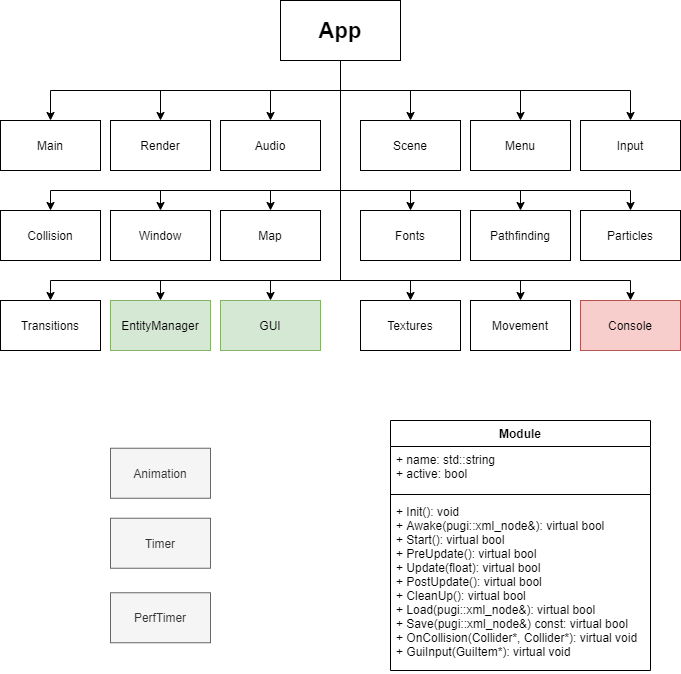
BleachKrieg/Conquerors-Crown-New-Horizon keeps this draw.io diagram as Wiki/images/General-UML.png. Above is the earlier version. Source tidied: cells renumbered, new cells last; positions are measured from the earlier drawing's top-left corner, leaving out a move shared by most shapes. The source it was exported from:
```xml
<mxGraphModel>
  <root>
    <mxCell id="0" />
    <mxCell id="1" parent="0" />
    <mxCell id="2" style="edgeStyle=orthogonalEdgeStyle;rounded=0;jettySize=auto;html=1;entryX=0.5;entryY=0;entryDx=0;entryDy=0;" parent="1" edge="1" source="3" target="5">
      <mxGeometry relative="1" as="geometry" />
    </mxCell>
    <mxCell id="3" value="&lt;font style=&quot;font-size: 22px&quot;&gt;&lt;b&gt;App&lt;/b&gt;&lt;/font&gt;" style="rounded=0;whiteSpace=wrap;html=1;" parent="1" vertex="1">
      <mxGeometry x="280" width="120" height="60" as="geometry" />
    </mxCell>
    <mxCell id="4" value="Render" style="rounded=0;whiteSpace=wrap;html=1;" parent="1" vertex="1">
      <mxGeometry x="110" y="120" width="100" height="50" as="geometry" />
    </mxCell>
    <mxCell id="5" value="Audio" style="rounded=0;whiteSpace=wrap;html=1;" parent="1" vertex="1">
      <mxGeometry x="220" y="120" width="100" height="50" as="geometry" />
    </mxCell>
    <mxCell id="6" value="Main" style="rounded=0;whiteSpace=wrap;html=1;" parent="1" vertex="1">
      <mxGeometry y="120" width="100" height="50" as="geometry" />
    </mxCell>
    <mxCell id="7" value="Scene" style="rounded=0;whiteSpace=wrap;html=1;" parent="1" vertex="1">
      <mxGeometry x="360" y="120" width="100" height="50" as="geometry" />
    </mxCell>
    <mxCell id="8" value="Menu" style="rounded=0;whiteSpace=wrap;html=1;" parent="1" vertex="1">
      <mxGeometry x="470" y="120" width="100" height="50" as="geometry" />
    </mxCell>
    <mxCell id="9" value="Input" style="rounded=0;whiteSpace=wrap;html=1;" parent="1" vertex="1">
      <mxGeometry x="580" y="120" width="100" height="50" as="geometry" />
    </mxCell>
    <mxCell id="10" value="Window" style="rounded=0;whiteSpace=wrap;html=1;" parent="1" vertex="1">
      <mxGeometry x="110" y="210" width="100" height="50" as="geometry" />
    </mxCell>
    <mxCell id="11" value="Map" style="rounded=0;whiteSpace=wrap;html=1;" parent="1" vertex="1">
      <mxGeometry x="220" y="210" width="100" height="50" as="geometry" />
    </mxCell>
    <mxCell id="12" value="Collision" style="rounded=0;whiteSpace=wrap;html=1;" parent="1" vertex="1">
      <mxGeometry y="210" width="100" height="50" as="geometry" />
    </mxCell>
    <mxCell id="13" value="Fonts" style="rounded=0;whiteSpace=wrap;html=1;" parent="1" vertex="1">
      <mxGeometry x="360" y="210" width="100" height="50" as="geometry" />
    </mxCell>
    <mxCell id="14" value="Pathfinding" style="rounded=0;whiteSpace=wrap;html=1;" parent="1" vertex="1">
      <mxGeometry x="470" y="210" width="100" height="50" as="geometry" />
    </mxCell>
    <mxCell id="15" value="Particles" style="rounded=0;whiteSpace=wrap;html=1;" parent="1" vertex="1">
      <mxGeometry x="580" y="210" width="100" height="50" as="geometry" />
    </mxCell>
    <mxCell id="16" value="EntityManager" style="rounded=0;whiteSpace=wrap;html=1;fillColor=#d5e8d4;strokeColor=#82b366;" parent="1" vertex="1">
      <mxGeometry x="110" y="300" width="100" height="50" as="geometry" />
    </mxCell>
    <mxCell id="17" value="GUI" style="rounded=0;whiteSpace=wrap;html=1;fillColor=#d5e8d4;strokeColor=#82b366;" parent="1" vertex="1">
      <mxGeometry x="220" y="300" width="100" height="50" as="geometry" />
    </mxCell>
    <mxCell id="18" value="Transitions" style="rounded=0;whiteSpace=wrap;html=1;" parent="1" vertex="1">
      <mxGeometry y="300" width="100" height="50" as="geometry" />
    </mxCell>
    <mxCell id="19" value="Textures" style="rounded=0;whiteSpace=wrap;html=1;" parent="1" vertex="1">
      <mxGeometry x="360" y="300" width="100" height="50" as="geometry" />
    </mxCell>
    <mxCell id="20" value="Movement" style="rounded=0;whiteSpace=wrap;html=1;" parent="1" vertex="1">
      <mxGeometry x="470" y="300" width="100" height="50" as="geometry" />
    </mxCell>
    <mxCell id="21" value="Console" style="rounded=0;whiteSpace=wrap;html=1;fillColor=#f8cecc;strokeColor=#b85450;" parent="1" vertex="1">
      <mxGeometry x="580" y="300" width="100" height="50" as="geometry" />
    </mxCell>
    <mxCell id="22" style="edgeStyle=orthogonalEdgeStyle;rounded=0;jettySize=auto;html=1;entryX=0.5;entryY=0;entryDx=0;entryDy=0;exitX=0.5;exitY=1;exitDx=0;exitDy=0;" parent="1" edge="1" source="3" target="4">
      <mxGeometry relative="1" as="geometry" />
    </mxCell>
    <mxCell id="23" style="edgeStyle=orthogonalEdgeStyle;rounded=0;jettySize=auto;html=1;entryX=0.5;entryY=0;entryDx=0;entryDy=0;exitX=0.5;exitY=1;exitDx=0;exitDy=0;" parent="1" edge="1" source="3" target="6">
      <mxGeometry relative="1" as="geometry" />
    </mxCell>
    <mxCell id="24" style="edgeStyle=orthogonalEdgeStyle;rounded=0;jettySize=auto;html=1;entryX=0.5;entryY=0;entryDx=0;entryDy=0;exitX=0.5;exitY=1;exitDx=0;exitDy=0;" parent="1" edge="1" source="3" target="7">
      <mxGeometry relative="1" as="geometry" />
    </mxCell>
    <mxCell id="25" style="edgeStyle=orthogonalEdgeStyle;rounded=0;jettySize=auto;html=1;entryX=0.5;entryY=0;entryDx=0;entryDy=0;exitX=0.5;exitY=1;exitDx=0;exitDy=0;" parent="1" edge="1" source="3" target="8">
      <mxGeometry relative="1" as="geometry" />
    </mxCell>
    <mxCell id="26" style="edgeStyle=orthogonalEdgeStyle;rounded=0;jettySize=auto;html=1;exitX=0.5;exitY=1;exitDx=0;exitDy=0;" parent="1" edge="1" source="3" target="9">
      <mxGeometry relative="1" as="geometry" />
    </mxCell>
    <mxCell id="27" style="edgeStyle=orthogonalEdgeStyle;rounded=0;jettySize=auto;html=1;entryX=0.5;entryY=0;entryDx=0;entryDy=0;exitX=0.5;exitY=1;exitDx=0;exitDy=0;" parent="1" edge="1" source="3" target="13">
      <mxGeometry relative="1" as="geometry">
        <Array as="points">
          <mxPoint x="340" y="190" />
          <mxPoint x="410" y="190" />
        </Array>
      </mxGeometry>
    </mxCell>
    <mxCell id="28" style="edgeStyle=orthogonalEdgeStyle;rounded=0;jettySize=auto;html=1;entryX=0.5;entryY=0;entryDx=0;entryDy=0;exitX=0.5;exitY=1;exitDx=0;exitDy=0;" parent="1" edge="1" source="3" target="14">
      <mxGeometry relative="1" as="geometry">
        <Array as="points">
          <mxPoint x="340" y="190" />
          <mxPoint x="520" y="190" />
        </Array>
      </mxGeometry>
    </mxCell>
    <mxCell id="29" style="edgeStyle=orthogonalEdgeStyle;rounded=0;jettySize=auto;html=1;exitX=0.5;exitY=1;exitDx=0;exitDy=0;entryX=0.5;entryY=0;entryDx=0;entryDy=0;" parent="1" edge="1" source="3" target="15">
      <mxGeometry relative="1" as="geometry">
        <Array as="points">
          <mxPoint x="340" y="190" />
          <mxPoint x="630" y="190" />
        </Array>
      </mxGeometry>
    </mxCell>
    <mxCell id="30" style="edgeStyle=orthogonalEdgeStyle;rounded=0;jettySize=auto;html=1;exitX=0.5;exitY=1;exitDx=0;exitDy=0;entryX=0.5;entryY=0;entryDx=0;entryDy=0;" parent="1" edge="1" source="3" target="11">
      <mxGeometry relative="1" as="geometry">
        <Array as="points">
          <mxPoint x="340" y="190" />
          <mxPoint x="270" y="190" />
        </Array>
      </mxGeometry>
    </mxCell>
    <mxCell id="31" style="edgeStyle=orthogonalEdgeStyle;rounded=0;jettySize=auto;html=1;exitX=0.5;exitY=1;exitDx=0;exitDy=0;entryX=0.5;entryY=0;entryDx=0;entryDy=0;" parent="1" edge="1" source="3" target="10">
      <mxGeometry relative="1" as="geometry">
        <Array as="points">
          <mxPoint x="340" y="190" />
          <mxPoint x="160" y="190" />
        </Array>
      </mxGeometry>
    </mxCell>
    <mxCell id="32" style="edgeStyle=orthogonalEdgeStyle;rounded=0;jettySize=auto;html=1;exitX=0.5;exitY=1;exitDx=0;exitDy=0;entryX=0.5;entryY=0;entryDx=0;entryDy=0;" parent="1" edge="1" source="3" target="12">
      <mxGeometry relative="1" as="geometry">
        <Array as="points">
          <mxPoint x="340" y="190" />
          <mxPoint x="50" y="190" />
        </Array>
      </mxGeometry>
    </mxCell>
    <mxCell id="33" style="edgeStyle=orthogonalEdgeStyle;rounded=0;jettySize=auto;html=1;exitX=0.5;exitY=1;exitDx=0;exitDy=0;entryX=0.5;entryY=0;entryDx=0;entryDy=0;" parent="1" edge="1" source="3" target="21">
      <mxGeometry relative="1" as="geometry">
        <Array as="points">
          <mxPoint x="340" y="280" />
          <mxPoint x="630" y="280" />
        </Array>
      </mxGeometry>
    </mxCell>
    <mxCell id="34" style="edgeStyle=orthogonalEdgeStyle;rounded=0;jettySize=auto;html=1;exitX=0.5;exitY=1;exitDx=0;exitDy=0;entryX=0.5;entryY=0;entryDx=0;entryDy=0;" parent="1" edge="1" source="3" target="20">
      <mxGeometry relative="1" as="geometry">
        <Array as="points">
          <mxPoint x="340" y="280" />
          <mxPoint x="520" y="280" />
        </Array>
      </mxGeometry>
    </mxCell>
    <mxCell id="35" style="edgeStyle=orthogonalEdgeStyle;rounded=0;jettySize=auto;html=1;exitX=0.5;exitY=1;exitDx=0;exitDy=0;entryX=0.5;entryY=0;entryDx=0;entryDy=0;" parent="1" edge="1" source="3" target="19">
      <mxGeometry relative="1" as="geometry">
        <Array as="points">
          <mxPoint x="340" y="280" />
          <mxPoint x="410" y="280" />
        </Array>
      </mxGeometry>
    </mxCell>
    <mxCell id="36" style="edgeStyle=orthogonalEdgeStyle;rounded=0;jettySize=auto;html=1;exitX=0.5;exitY=1;exitDx=0;exitDy=0;entryX=0.5;entryY=0;entryDx=0;entryDy=0;" parent="1" edge="1" source="3" target="17">
      <mxGeometry relative="1" as="geometry">
        <Array as="points">
          <mxPoint x="340" y="280" />
          <mxPoint x="270" y="280" />
        </Array>
      </mxGeometry>
    </mxCell>
    <mxCell id="37" style="edgeStyle=orthogonalEdgeStyle;rounded=0;jettySize=auto;html=1;exitX=0.5;exitY=1;exitDx=0;exitDy=0;entryX=0.5;entryY=0;entryDx=0;entryDy=0;" parent="1" edge="1" source="3" target="18">
      <mxGeometry relative="1" as="geometry">
        <Array as="points">
          <mxPoint x="340" y="280" />
          <mxPoint x="50" y="280" />
        </Array>
      </mxGeometry>
    </mxCell>
    <mxCell id="38" style="edgeStyle=orthogonalEdgeStyle;rounded=0;jettySize=auto;html=1;exitX=0.5;exitY=1;exitDx=0;exitDy=0;entryX=0.5;entryY=0;entryDx=0;entryDy=0;" parent="1" edge="1" source="3" target="16">
      <mxGeometry relative="1" as="geometry">
        <Array as="points">
          <mxPoint x="340" y="280" />
          <mxPoint x="160" y="280" />
        </Array>
      </mxGeometry>
    </mxCell>
    <mxCell id="39" value="Animation" style="rounded=0;whiteSpace=wrap;html=1;fillColor=#f5f5f5;strokeColor=#666666;fontColor=#333333;" parent="1" vertex="1">
      <mxGeometry x="110" y="447.8" width="100" height="50" as="geometry" />
    </mxCell>
    <mxCell id="40" value="Timer" style="rounded=0;whiteSpace=wrap;html=1;fillColor=#f5f5f5;strokeColor=#666666;fontColor=#333333;" parent="1" vertex="1">
      <mxGeometry x="110" y="517.8" width="100" height="50" as="geometry" />
    </mxCell>
    <mxCell id="41" value="PerfTimer" style="rounded=0;whiteSpace=wrap;html=1;fillColor=#f5f5f5;strokeColor=#666666;fontColor=#333333;" parent="1" vertex="1">
      <mxGeometry x="110" y="592.2" width="100" height="50" as="geometry" />
    </mxCell>
    <mxCell id="42" value="Module" style="swimlane;fontStyle=1;align=center;verticalAlign=top;horizontal=1;startSize=26;" parent="1" vertex="1">
      <mxGeometry x="390" y="420" width="260" height="250" as="geometry" />
    </mxCell>
    <mxCell id="43" value="+ name: std::string&#10;+ active: bool" style="text;strokeColor=none;fillColor=none;align=left;verticalAlign=top;spacingLeft=4;spacingRight=4;overflow=hidden;" parent="42" vertex="1">
      <mxGeometry y="26" width="260" height="44" as="geometry" />
    </mxCell>
    <mxCell id="44" style="line;strokeWidth=1;fillColor=none;align=left;verticalAlign=middle;spacingTop=-1;spacingLeft=3;spacingRight=3;labelPosition=right;" parent="42" vertex="1">
      <mxGeometry y="70" width="260" height="8" as="geometry" />
    </mxCell>
    <mxCell id="45" value="+ Init(): void&#10;+ Awake(pugi::xml_node&amp;): virtual bool&#10;+ Start(): virtual bool&#10;+ PreUpdate(): virtual bool&#10;+ Update(float): virtual bool&#10;+ PostUpdate(): virtual bool&#10;+ CleanUp(): virtual bool&#10;+ Load(pugi::xml_node&amp;): virtual bool&#10;+ Save(pugi::xml_node&amp;) const: virtual bool&#10;+ OnCollision(Collider*, Collider*): virtual void&#10;+ GuiInput(GuiItem*): virtual void" style="text;strokeColor=none;fillColor=none;align=left;verticalAlign=top;spacingLeft=4;spacingRight=4;overflow=hidden;" parent="42" vertex="1">
      <mxGeometry y="78" width="260" height="172" as="geometry" />
    </mxCell>
  </root>
</mxGraphModel>
```
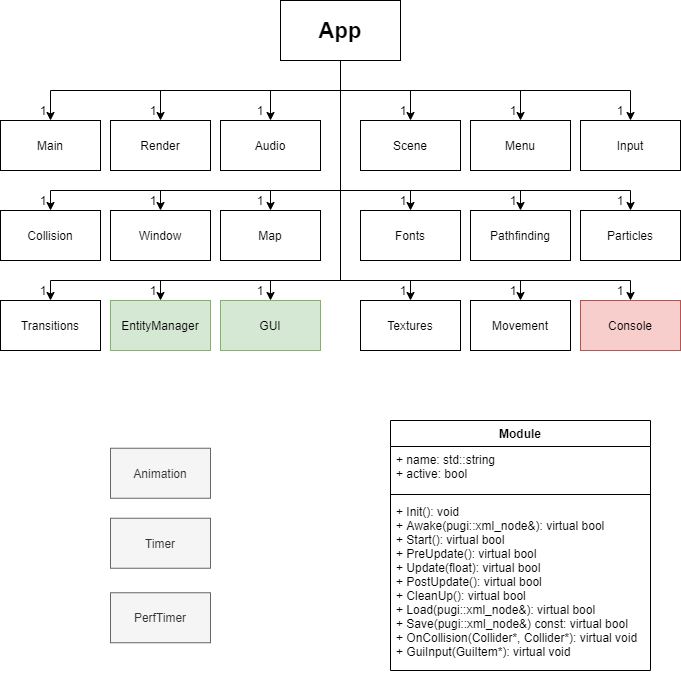
Later version of the same file.

The edit, as a diff of the source:
```diff
@@ -194,5 +194,59 @@
     <mxCell id="45" value="+ Init(): void&#10;+ Awake(pugi::xml_node&amp;): virtual bool&#10;+ Start(): virtual bool&#10;+ PreUpdate(): virtual bool&#10;+ Update(float): virtual bool&#10;+ PostUpdate(): virtual bool&#10;+ CleanUp(): virtual bool&#10;+ Load(pugi::xml_node&amp;): virtual bool&#10;+ Save(pugi::xml_node&amp;) const: virtual bool&#10;+ OnCollision(Collider*, Collider*): virtual void&#10;+ GuiInput(GuiItem*): virtual void" style="text;strokeColor=none;fillColor=none;align=left;verticalAlign=top;spacingLeft=4;spacingRight=4;overflow=hidden;" parent="42" vertex="1">
       <mxGeometry y="78" width="260" height="172" as="geometry" />
     </mxCell>
+    <mxCell id="46" value="1" style="text;html=1;strokeColor=none;fillColor=none;align=center;verticalAlign=middle;whiteSpace=wrap;rounded=0;" parent="1" vertex="1">
+      <mxGeometry x="23" y="100" width="40" height="20" as="geometry" />
+    </mxCell>
+    <mxCell id="47" value="1" style="text;html=1;strokeColor=none;fillColor=none;align=center;verticalAlign=middle;whiteSpace=wrap;rounded=0;" parent="1" vertex="1">
+      <mxGeometry x="133" y="100" width="40" height="20" as="geometry" />
+    </mxCell>
+    <mxCell id="48" value="1" style="text;html=1;strokeColor=none;fillColor=none;align=center;verticalAlign=middle;whiteSpace=wrap;rounded=0;" parent="1" vertex="1">
+      <mxGeometry x="240" y="100" width="40" height="20" as="geometry" />
+    </mxCell>
+    <mxCell id="49" value="1" style="text;html=1;strokeColor=none;fillColor=none;align=center;verticalAlign=middle;whiteSpace=wrap;rounded=0;" parent="1" vertex="1">
+      <mxGeometry x="23" y="190" width="40" height="20" as="geometry" />
+    </mxCell>
+    <mxCell id="50" value="1" style="text;html=1;strokeColor=none;fillColor=none;align=center;verticalAlign=middle;whiteSpace=wrap;rounded=0;" parent="1" vertex="1">
+      <mxGeometry x="133" y="190" width="40" height="20" as="geometry" />
+    </mxCell>
+    <mxCell id="51" value="1" style="text;html=1;strokeColor=none;fillColor=none;align=center;verticalAlign=middle;whiteSpace=wrap;rounded=0;" parent="1" vertex="1">
+      <mxGeometry x="240" y="190" width="40" height="20" as="geometry" />
+    </mxCell>
+    <mxCell id="52" value="1" style="text;html=1;strokeColor=none;fillColor=none;align=center;verticalAlign=middle;whiteSpace=wrap;rounded=0;" parent="1" vertex="1">
+      <mxGeometry x="23" y="280" width="40" height="20" as="geometry" />
+    </mxCell>
+    <mxCell id="53" value="1" style="text;html=1;strokeColor=none;fillColor=none;align=center;verticalAlign=middle;whiteSpace=wrap;rounded=0;" parent="1" vertex="1">
+      <mxGeometry x="133" y="280" width="40" height="20" as="geometry" />
+    </mxCell>
+    <mxCell id="54" value="1" style="text;html=1;strokeColor=none;fillColor=none;align=center;verticalAlign=middle;whiteSpace=wrap;rounded=0;" parent="1" vertex="1">
+      <mxGeometry x="240" y="280" width="40" height="20" as="geometry" />
+    </mxCell>
+    <mxCell id="55" value="1" style="text;html=1;strokeColor=none;fillColor=none;align=center;verticalAlign=middle;whiteSpace=wrap;rounded=0;" parent="1" vertex="1">
+      <mxGeometry x="383" y="100" width="40" height="20" as="geometry" />
+    </mxCell>
+    <mxCell id="56" value="1" style="text;html=1;strokeColor=none;fillColor=none;align=center;verticalAlign=middle;whiteSpace=wrap;rounded=0;" parent="1" vertex="1">
+      <mxGeometry x="493" y="100" width="40" height="20" as="geometry" />
+    </mxCell>
+    <mxCell id="57" value="1" style="text;html=1;strokeColor=none;fillColor=none;align=center;verticalAlign=middle;whiteSpace=wrap;rounded=0;" parent="1" vertex="1">
+      <mxGeometry x="600" y="100" width="40" height="20" as="geometry" />
+    </mxCell>
+    <mxCell id="58" value="1" style="text;html=1;strokeColor=none;fillColor=none;align=center;verticalAlign=middle;whiteSpace=wrap;rounded=0;" parent="1" vertex="1">
+      <mxGeometry x="383" y="190" width="40" height="20" as="geometry" />
+    </mxCell>
+    <mxCell id="59" value="1" style="text;html=1;strokeColor=none;fillColor=none;align=center;verticalAlign=middle;whiteSpace=wrap;rounded=0;" parent="1" vertex="1">
+      <mxGeometry x="493" y="190" width="40" height="20" as="geometry" />
+    </mxCell>
+    <mxCell id="60" value="1" style="text;html=1;strokeColor=none;fillColor=none;align=center;verticalAlign=middle;whiteSpace=wrap;rounded=0;" parent="1" vertex="1">
+      <mxGeometry x="600" y="190" width="40" height="20" as="geometry" />
+    </mxCell>
+    <mxCell id="61" value="1" style="text;html=1;strokeColor=none;fillColor=none;align=center;verticalAlign=middle;whiteSpace=wrap;rounded=0;" parent="1" vertex="1">
+      <mxGeometry x="383" y="280" width="40" height="20" as="geometry" />
+    </mxCell>
+    <mxCell id="62" value="1" style="text;html=1;strokeColor=none;fillColor=none;align=center;verticalAlign=middle;whiteSpace=wrap;rounded=0;" parent="1" vertex="1">
+      <mxGeometry x="493" y="280" width="40" height="20" as="geometry" />
+    </mxCell>
+    <mxCell id="63" value="1" style="text;html=1;strokeColor=none;fillColor=none;align=center;verticalAlign=middle;whiteSpace=wrap;rounded=0;" parent="1" vertex="1">
+      <mxGeometry x="600" y="280" width="40" height="20" as="geometry" />
+    </mxCell>
   </root>
 </mxGraphModel>
```
